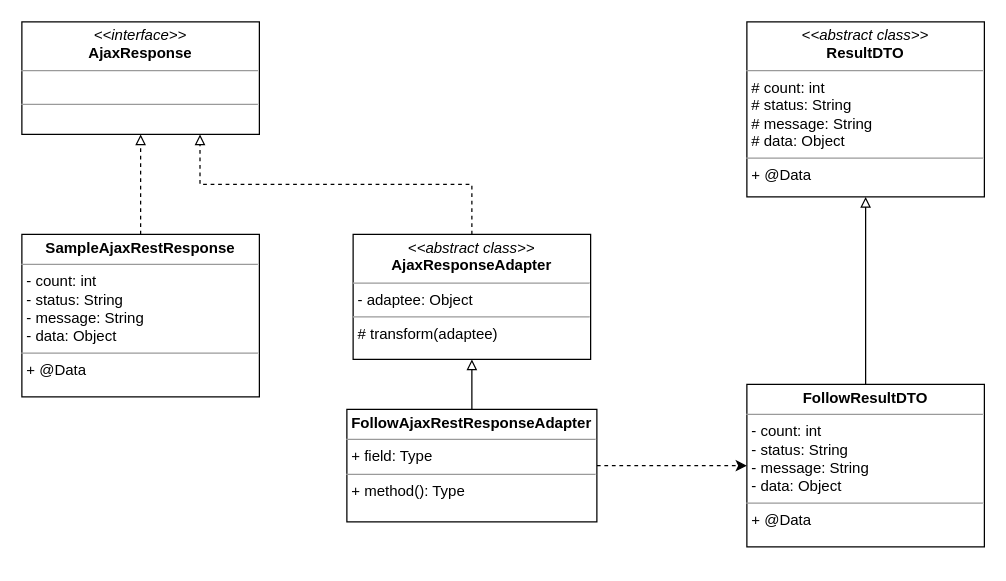
Before: src/main/doc/follow/followController_AjaxResponseAdapter.drawio in devchanki/TalmoVim, a draw.io diagram. Source tidied: cells renumbered, new cells numbered last; positions are measured from the earlier drawing's top-left corner, leaving out a move shared by most shapes. Both pictures are drawn from the tidied source at 125%, with x=0, y=0 at pixel (21, 21).
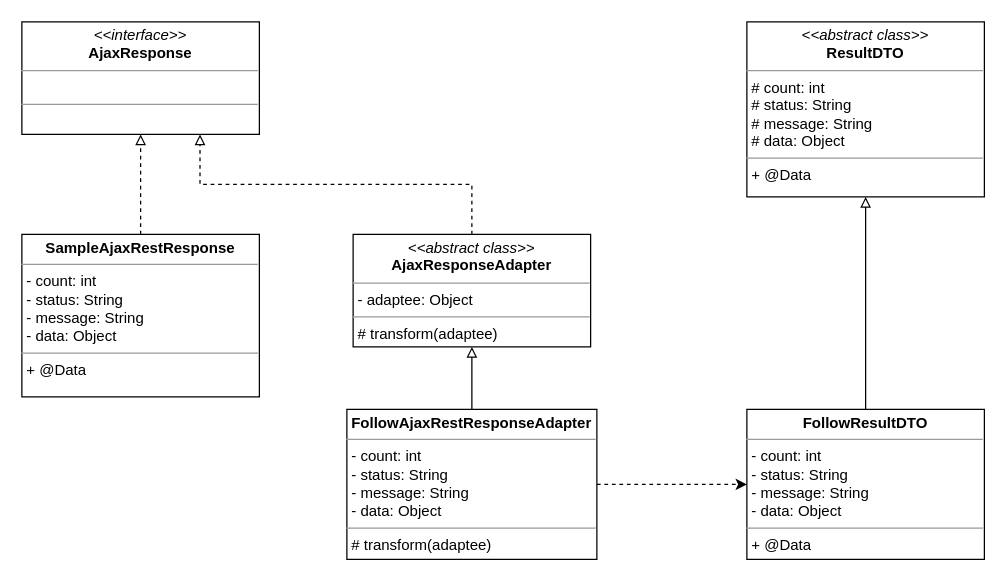
After the change.

Change to the diagram source:
```diff
@@
 <mxGraphModel>
   <root>
     <mxCell id="0" />
     <mxCell id="1" parent="0" />
     <mxCell id="2" value="&lt;p style=&quot;margin: 0px ; margin-top: 4px ; text-align: center&quot;&gt;&lt;i&gt;&amp;lt;&amp;lt;interface&amp;gt;&amp;gt;&lt;/i&gt;&lt;br&gt;&lt;b&gt;AjaxResponse&lt;/b&gt;&lt;/p&gt;&lt;hr size=&quot;1&quot;&gt;&lt;p style=&quot;margin: 0px ; margin-left: 4px&quot;&gt;&lt;br&gt;&lt;/p&gt;&lt;hr size=&quot;1&quot;&gt;&lt;p style=&quot;margin: 0px ; margin-left: 4px&quot;&gt;&lt;br&gt;&lt;/p&gt;" style="verticalAlign=top;align=left;overflow=fill;fontSize=12;fontFamily=Helvetica;html=1;" parent="1" vertex="1">
       <mxGeometry width="190" height="90" as="geometry" />
     </mxCell>
     <mxCell id="3" style="edgeStyle=orthogonalEdgeStyle;rounded=0;jettySize=auto;html=1;entryX=0.5;entryY=1;entryDx=0;entryDy=0;endArrow=block;endFill=0;dashed=1;" parent="1" edge="1" source="4" target="2">
       <mxGeometry relative="1" as="geometry" />
     </mxCell>
     <mxCell id="4" value="&lt;p style=&quot;margin: 0px ; margin-top: 4px ; text-align: center&quot;&gt;&lt;b&gt;SampleAjaxRestResponse&lt;/b&gt;&lt;/p&gt;&lt;hr size=&quot;1&quot;&gt;&lt;p style=&quot;margin: 0px ; margin-left: 4px&quot;&gt;- count: int&lt;/p&gt;&lt;p style=&quot;margin: 0px ; margin-left: 4px&quot;&gt;- status: String&lt;/p&gt;&lt;p style=&quot;margin: 0px ; margin-left: 4px&quot;&gt;- message: String&lt;/p&gt;&lt;p style=&quot;margin: 0px ; margin-left: 4px&quot;&gt;- data: Object&lt;/p&gt;&lt;hr size=&quot;1&quot;&gt;&lt;p style=&quot;margin: 0px ; margin-left: 4px&quot;&gt;+ @Data&lt;/p&gt;" style="verticalAlign=top;align=left;overflow=fill;fontSize=12;fontFamily=Helvetica;html=1;" parent="1" vertex="1">
       <mxGeometry y="170" width="190" height="130" as="geometry" />
     </mxCell>
     <mxCell id="5" value="&lt;p style=&quot;margin: 0px ; margin-top: 4px ; text-align: center&quot;&gt;&lt;i&gt;&amp;lt;&amp;lt;abstract class&amp;gt;&amp;gt;&lt;/i&gt;&lt;br&gt;&lt;b&gt;ResultDTO&lt;/b&gt;&lt;/p&gt;&lt;hr size=&quot;1&quot;&gt;&lt;p style=&quot;margin: 0px 0px 0px 4px&quot;&gt;# count: int&lt;/p&gt;&lt;p style=&quot;margin: 0px 0px 0px 4px&quot;&gt;# status: String&lt;/p&gt;&lt;p style=&quot;margin: 0px 0px 0px 4px&quot;&gt;# message: String&lt;/p&gt;&lt;p style=&quot;margin: 0px 0px 0px 4px&quot;&gt;# data: Object&lt;/p&gt;&lt;hr size=&quot;1&quot;&gt;&lt;p style=&quot;margin: 0px ; margin-left: 4px&quot;&gt;+ @Data&lt;/p&gt;" style="verticalAlign=top;align=left;overflow=fill;fontSize=12;fontFamily=Helvetica;html=1;" parent="1" vertex="1">
       <mxGeometry x="580" width="190" height="140" as="geometry" />
     </mxCell>
     <mxCell id="6" style="edgeStyle=orthogonalEdgeStyle;rounded=0;jettySize=auto;html=1;entryX=0.5;entryY=1;entryDx=0;entryDy=0;endArrow=block;endFill=0;" parent="1" edge="1" source="7" target="5">
       <mxGeometry relative="1" as="geometry" />
     </mxCell>
     <mxCell id="7" value="&lt;p style=&quot;margin: 0px ; margin-top: 4px ; text-align: center&quot;&gt;&lt;b&gt;FollowResultDTO&lt;/b&gt;&lt;/p&gt;&lt;hr size=&quot;1&quot;&gt;&lt;p style=&quot;margin: 0px ; margin-left: 4px&quot;&gt;- count: int&lt;/p&gt;&lt;p style=&quot;margin: 0px ; margin-left: 4px&quot;&gt;- status: String&lt;/p&gt;&lt;p style=&quot;margin: 0px ; margin-left: 4px&quot;&gt;- message: String&lt;/p&gt;&lt;p style=&quot;margin: 0px ; margin-left: 4px&quot;&gt;- data: Object&lt;/p&gt;&lt;hr size=&quot;1&quot;&gt;&lt;p style=&quot;margin: 0px ; margin-left: 4px&quot;&gt;+ @Data&lt;/p&gt;" style="verticalAlign=top;align=left;overflow=fill;fontSize=12;fontFamily=Helvetica;html=1;" parent="1" vertex="1">
-      <mxGeometry x="580" y="290" width="190" height="130" as="geometry" />
+      <mxGeometry x="580" y="310" width="190" height="120" as="geometry" />
     </mxCell>
     <mxCell id="8" value="&lt;p style=&quot;margin: 0px ; margin-top: 4px ; text-align: center&quot;&gt;&lt;i&gt;&amp;lt;&amp;lt;abstract class&amp;gt;&amp;gt;&lt;/i&gt;&lt;br&gt;&lt;b&gt;AjaxResponseAdapter&lt;/b&gt;&lt;/p&gt;&lt;hr size=&quot;1&quot;&gt;&lt;p style=&quot;margin: 0px ; margin-left: 4px&quot;&gt;- adaptee: Object&lt;/p&gt;&lt;hr size=&quot;1&quot;&gt;&lt;p style=&quot;margin: 0px ; margin-left: 4px&quot;&gt;# transform(adaptee)&lt;br&gt;&lt;br&gt;&lt;/p&gt;" style="verticalAlign=top;align=left;overflow=fill;fontSize=12;fontFamily=Helvetica;html=1;" parent="1" vertex="1">
-      <mxGeometry x="265" y="170" width="190" height="100" as="geometry" />
+      <mxGeometry x="265" y="170" width="190" height="90" as="geometry" />
     </mxCell>
     <mxCell id="9" style="edgeStyle=orthogonalEdgeStyle;rounded=0;jettySize=auto;html=1;entryX=0.75;entryY=1;entryDx=0;entryDy=0;dashed=1;endArrow=block;endFill=0;exitX=0.5;exitY=0;exitDx=0;exitDy=0;" parent="1" edge="1" source="8" target="2">
       <mxGeometry relative="1" as="geometry">
         <Array as="points">
           <mxPoint x="360" y="130" />
           <mxPoint x="143" y="130" />
         </Array>
       </mxGeometry>
     </mxCell>
     <mxCell id="10" style="edgeStyle=orthogonalEdgeStyle;rounded=0;jettySize=auto;html=1;entryX=0.5;entryY=1;entryDx=0;entryDy=0;endArrow=block;endFill=0;" parent="1" edge="1" source="12" target="8">
       <mxGeometry relative="1" as="geometry" />
     </mxCell>
     <mxCell id="11" style="edgeStyle=orthogonalEdgeStyle;rounded=0;jettySize=auto;html=1;entryX=0;entryY=0.5;entryDx=0;entryDy=0;endArrow=classic;endFill=1;dashed=1;" parent="1" edge="1" source="12" target="7">
       <mxGeometry relative="1" as="geometry" />
     </mxCell>
-    <mxCell id="12" value="&lt;p style=&quot;margin: 0px ; margin-top: 4px ; text-align: center&quot;&gt;&lt;b&gt;FollowAjaxRestResponseAdapter&lt;/b&gt;&lt;/p&gt;&lt;hr size=&quot;1&quot;&gt;&lt;p style=&quot;margin: 0px ; margin-left: 4px&quot;&gt;+ field: Type&lt;/p&gt;&lt;hr size=&quot;1&quot;&gt;&lt;p style=&quot;margin: 0px ; margin-left: 4px&quot;&gt;+ method(): Type&lt;/p&gt;" style="verticalAlign=top;align=left;overflow=fill;fontSize=12;fontFamily=Helvetica;html=1;" parent="1" vertex="1">
-      <mxGeometry x="260" y="310" width="200" height="90" as="geometry" />
+    <mxCell id="12" value="&lt;p style=&quot;margin: 0px ; margin-top: 4px ; text-align: center&quot;&gt;&lt;b&gt;FollowAjaxRestResponseAdapter&lt;/b&gt;&lt;/p&gt;&lt;hr size=&quot;1&quot;&gt;&lt;p style=&quot;margin: 0px ; margin-left: 4px&quot;&gt;- count: int&lt;/p&gt;&lt;p style=&quot;margin: 0px ; margin-left: 4px&quot;&gt;- status: String&lt;/p&gt;&lt;p style=&quot;margin: 0px ; margin-left: 4px&quot;&gt;- message: String&lt;/p&gt;&lt;p style=&quot;margin: 0px ; margin-left: 4px&quot;&gt;- data: Object&lt;/p&gt;&lt;hr size=&quot;1&quot;&gt;&lt;p style=&quot;margin: 0px ; margin-left: 4px&quot;&gt;# transform(adaptee)&lt;/p&gt;" style="verticalAlign=top;align=left;overflow=fill;fontSize=12;fontFamily=Helvetica;html=1;" parent="1" vertex="1">
+      <mxGeometry x="260" y="310" width="200" height="120" as="geometry" />
     </mxCell>
   </root>
 </mxGraphModel>
```
